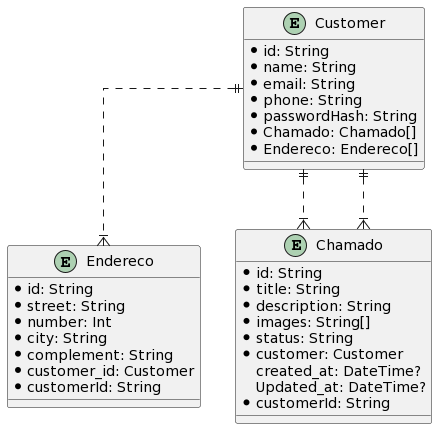
Before: my-erd.png, a diagram exported from PlantUML (franciscoMarcello/API-TCC). Source of this version:
```plantuml
@startuml
skinparam linetype ortho

entity Customer {
  * id: String
  * name: String
  * email: String
  * phone: String
  * passwordHash: String
  * Chamado: Chamado[]
  * Endereco: Endereco[]
}

entity Endereco {
  * id: String
  * street: String
  * number: Int
  * city: String
  * complement: String
  * customer_id: Customer
  * customerId: String
}

entity Chamado {
  * id: String
  * title: String
  * description: String
  * images: String[]
  * status: String
  * customer: Customer
  created_at: DateTime?
  Updated_at: DateTime?
  * customerId: String
}

Customer ||..|{ Chamado
Customer ||..|{ Endereco
Customer ||..|{ Chamado
@enduml
```
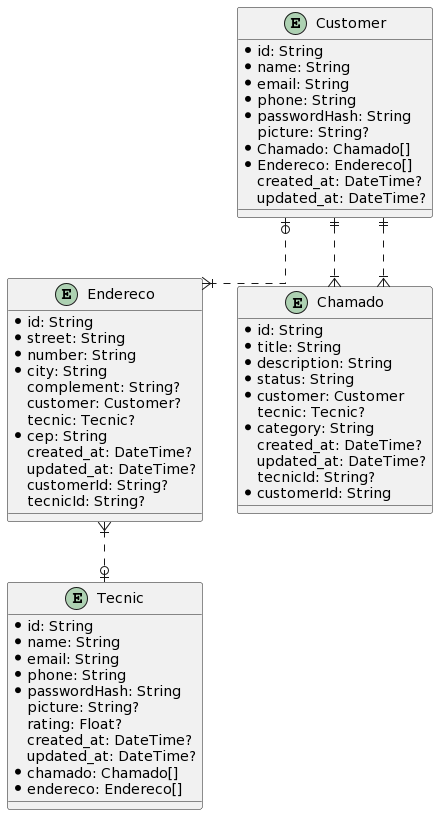
The same file after the commit.

The edit, as a diff of the source:
```diff
@@ -7,33 +7,58 @@
   * email: String
   * phone: String
   * passwordHash: String
+  picture: String?
   * Chamado: Chamado[]
   * Endereco: Endereco[]
+  created_at: DateTime?
+  updated_at: DateTime?
 }
 
 entity Endereco {
   * id: String
   * street: String
-  * number: Int
+  * number: String
   * city: String
-  * complement: String
-  * customer_id: Customer
-  * customerId: String
+  complement: String?
+  customer: Customer?
+  tecnic: Tecnic?
+  * cep: String
+  created_at: DateTime?
+  updated_at: DateTime?
+  customerId: String?
+  tecnicId: String?
 }
 
 entity Chamado {
   * id: String
   * title: String
   * description: String
-  * images: String[]
   * status: String
   * customer: Customer
+  tecnic: Tecnic?
+  * category: String
   created_at: DateTime?
-  Updated_at: DateTime?
+  updated_at: DateTime?
+  tecnicId: String?
   * customerId: String
 }
 
+entity Tecnic {
+  * id: String
+  * name: String
+  * email: String
+  * phone: String
+  * passwordHash: String
+  picture: String?
+  rating: Float?
+  created_at: DateTime?
+  updated_at: DateTime?
+  * chamado: Chamado[]
+  * endereco: Endereco[]
+}
+
 Customer ||..|{ Chamado
-Customer ||..|{ Endereco
+Customer |o..|{ Endereco
 Customer ||..|{ Chamado
+Endereco }|..o| Tecnic
 @enduml
```
